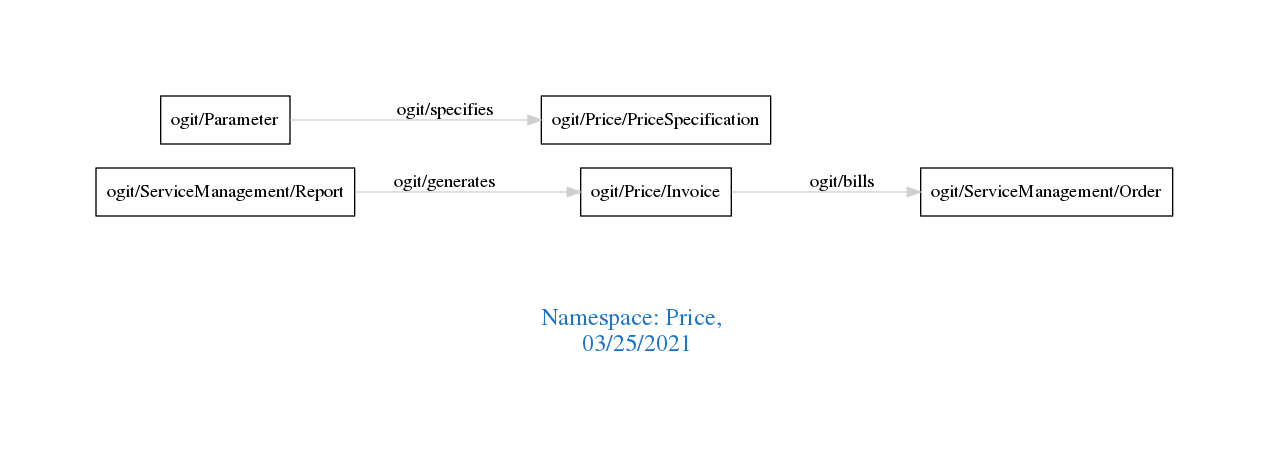
Above: downloads/Price.png in arago/OGIT (Graphviz), before the change. Its source is kept beside it as downloads/Price.dot.
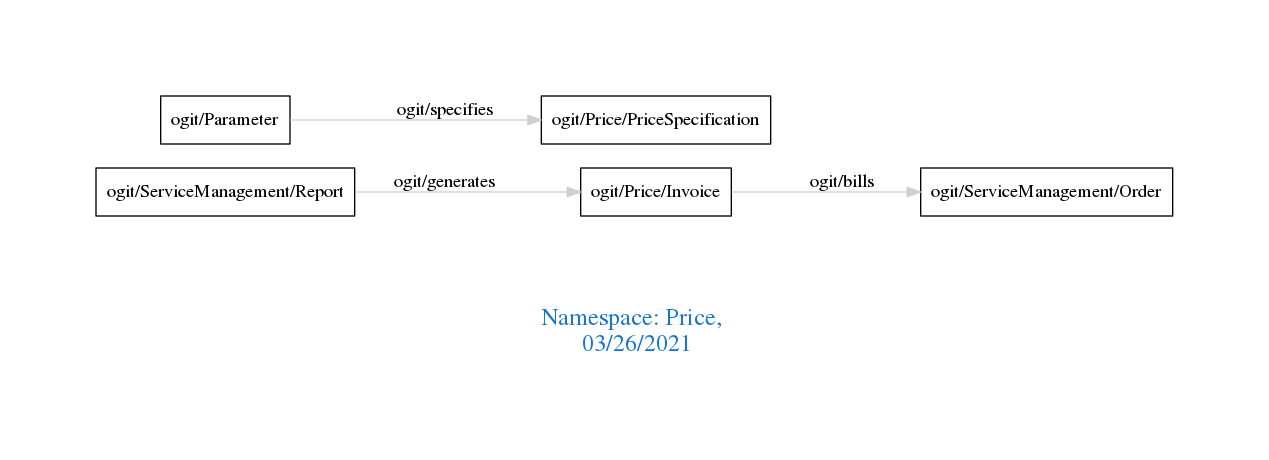
After the commit.

Diff of the diagram source:
```diff
@@ -1,7 +1,7 @@
 digraph OGIT_ontology {
  graph [ rankdir= LR,pad=1
 fontsize = 18,
-fontcolor= dodgerblue3,label = "\n\n\nNamespace: Price, \n 03/25/2021"];
+fontcolor= dodgerblue3,label = "\n\n\nNamespace: Price, \n 03/26/2021"];
 node[shape=polygon];
 edge [  color="gray81"];
 
```
